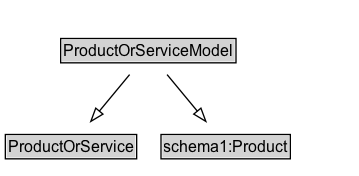
The Graphviz diagram docs/diagrams/ProductOrServiceModel.dot.png in k-vaughn/ontology-import-gr, before a commit. Its source is kept beside it as docs/diagrams/ProductOrServiceModel.dot. The source it was exported from:
```dot
digraph {
	graph [overlap=false rankdir=TB splines=true]
	node [fontname=Arial fontsize=12 margin=0 shape=none]
	edge [fontname=Arial fontsize=11]
	ProductOrServiceModel [label=<<TABLE BORDER="1" CELLBORDER="0" CELLSPACING="0" CELLPADDING="1"><TR><TD BGCOLOR="lightgray" ALIGN="CENTER">ProductOrServiceModel</TD></TR></TABLE>> URL="../ProductOrServiceModel" margin=0]
	{
		rank=max
	}
	subgraph cluster_associated {
		label="" style=invis
		Invis [label=<<TABLE BORDER="0" CELLBORDER="0" CELLSPACING="0" CELLPADDING="1"><TR><TD></TD></TR></TABLE>> margin=0 style=invis]
	}
	ProductOrService [label=<<TABLE BORDER="1" CELLBORDER="0" CELLSPACING="0" CELLPADDING="1"><TR><TD BGCOLOR="lightgray" ALIGN="CENTER">ProductOrService</TD></TR></TABLE>> URL="../ProductOrService" margin=0]
	ProductOrServiceModel -> ProductOrService [arrowhead=onormal style=solid]
	schema1_Product [label=<<TABLE BORDER="1" CELLBORDER="0" CELLSPACING="0" CELLPADDING="1"><TR><TD BGCOLOR="lightgray" ALIGN="CENTER">schema1:Product</TD></TR></TABLE>> URL="https://w3id.org/citydata/imported/schema1/latest/Product" margin=0]
	ProductOrServiceModel -> schema1_Product [arrowhead=onormal style=solid]
}
```
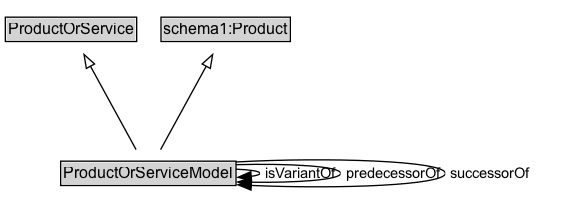
The same diagram one commit later.

Change to the diagram source:
```diff
@@ -2,7 +2,12 @@
 	graph [overlap=false rankdir=TB splines=true]
 	node [fontname=Arial fontsize=12 margin=0 shape=none]
 	edge [fontname=Arial fontsize=11]
-	ProductOrServiceModel [label=<<TABLE BORDER="1" CELLBORDER="0" CELLSPACING="0" CELLPADDING="1"><TR><TD BGCOLOR="lightgray" ALIGN="CENTER">ProductOrServiceModel</TD></TR></TABLE>> URL="../ProductOrServiceModel" margin=0]
+	{
+		rank=source
+		ProductOrService [label=<<TABLE BORDER="1" CELLBORDER="0" CELLSPACING="0" CELLPADDING="1"><TR><TD BGCOLOR="lightgray" ALIGN="CENTER">ProductOrService</TD></TR></TABLE>> URL="../ProductOrService" margin=0]
+		schema1_Product [label=<<TABLE BORDER="1" CELLBORDER="0" CELLSPACING="0" CELLPADDING="1"><TR><TD BGCOLOR="lightgray" ALIGN="CENTER">schema1:Product</TD></TR></TABLE>> URL="https://w3id.org/citydata/imported/schema1/latest/Product" margin=0]
+	}
+	ProductOrServiceModel [label=<<TABLE BORDER="1" CELLBORDER="0" CELLSPACING="0" CELLPADDING="1"><TR><TD BGCOLOR="lightgray" ALIGN="CENTER">ProductOrServiceModel</TD></TR><TR><TD ALIGN="LEFT">description : rdfs:Literal</TD></TR><TR><TD ALIGN="LEFT">name : rdfs:Literal</TD></TR></TABLE>> URL="../ProductOrServiceModel" margin=0]
 	{
 		rank=max
 	}
@@ -10,8 +15,10 @@
 		label="" style=invis
 		Invis [label=<<TABLE BORDER="0" CELLBORDER="0" CELLSPACING="0" CELLPADDING="1"><TR><TD></TD></TR></TABLE>> margin=0 style=invis]
 	}
-	ProductOrService [label=<<TABLE BORDER="1" CELLBORDER="0" CELLSPACING="0" CELLPADDING="1"><TR><TD BGCOLOR="lightgray" ALIGN="CENTER">ProductOrService</TD></TR></TABLE>> URL="../ProductOrService" margin=0]
 	ProductOrServiceModel -> ProductOrService [arrowhead=onormal style=solid]
-	schema1_Product [label=<<TABLE BORDER="1" CELLBORDER="0" CELLSPACING="0" CELLPADDING="1"><TR><TD BGCOLOR="lightgray" ALIGN="CENTER">schema1:Product</TD></TR></TABLE>> URL="https://w3id.org/citydata/imported/schema1/latest/Product" margin=0]
 	ProductOrServiceModel -> schema1_Product [arrowhead=onormal style=solid]
+	ProductOrServiceModel [label=<<TABLE BORDER="1" CELLBORDER="0" CELLSPACING="0" CELLPADDING="1"><TR><TD BGCOLOR="lightgray" ALIGN="CENTER">ProductOrServiceModel</TD></TR></TABLE>> URL="../ProductOrServiceModel" margin=0]
+	ProductOrServiceModel -> ProductOrServiceModel [label=<<TABLE BORDER="0" CELLBORDER="0" CELLSPACING="0" CELLPADDING="4" BGCOLOR="white"><TR><TD ALIGN="CENTER">isVariantOf</TD></TR></TABLE>> arrowhead=normal style=solid]
+	ProductOrServiceModel -> ProductOrServiceModel [label=<<TABLE BORDER="0" CELLBORDER="0" CELLSPACING="0" CELLPADDING="4" BGCOLOR="white"><TR><TD ALIGN="CENTER">predecessorOf</TD></TR></TABLE>> arrowhead=normal style=solid]
+	ProductOrServiceModel -> ProductOrServiceModel [label=<<TABLE BORDER="0" CELLBORDER="0" CELLSPACING="0" CELLPADDING="4" BGCOLOR="white"><TR><TD ALIGN="CENTER">successorOf</TD></TR></TABLE>> arrowhead=normal style=solid]
 }
```
